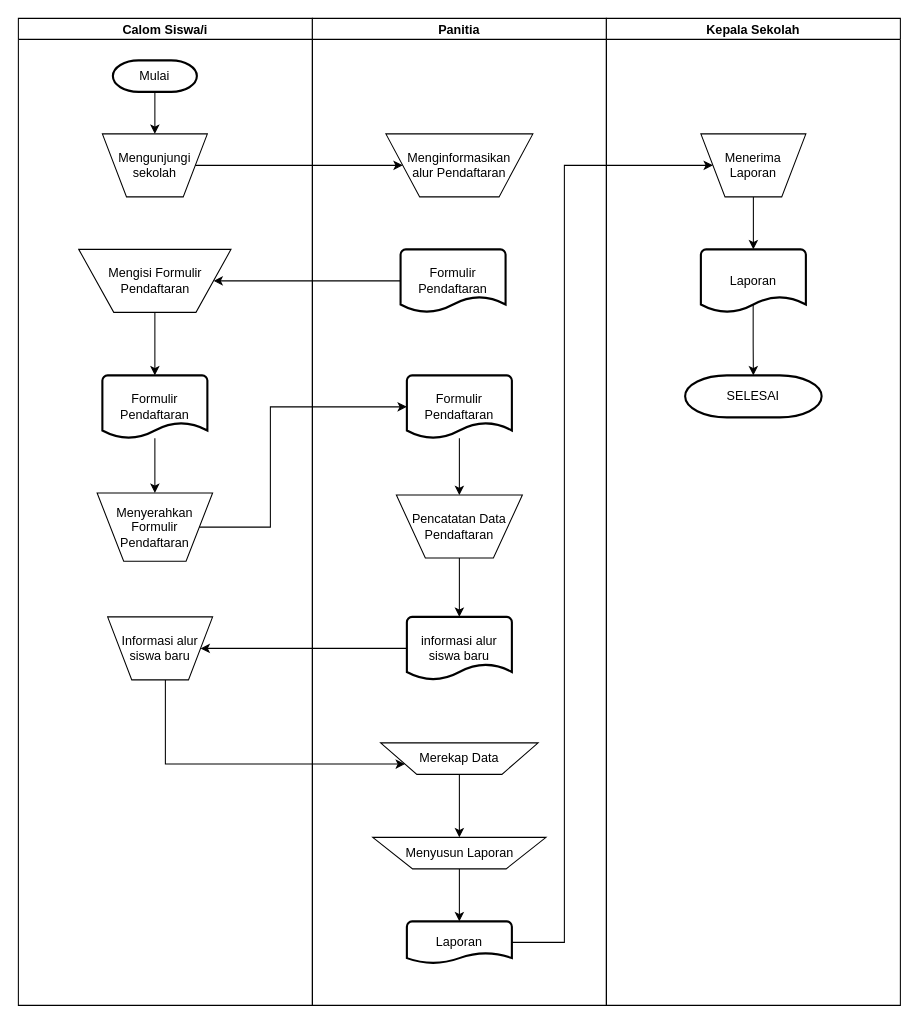
The draw.io diagram Diagram Tanpa Judul.drawio in XxGembelxX/Rancangan_KP, before the edit. Source tidied: cells renumbered, new cells numbered last; positions are measured from the earlier drawing's top-left corner, leaving out a move shared by most shapes. Both pictures are drawn from the tidied source at 105%, with x=0, y=0 at pixel (18, 18).
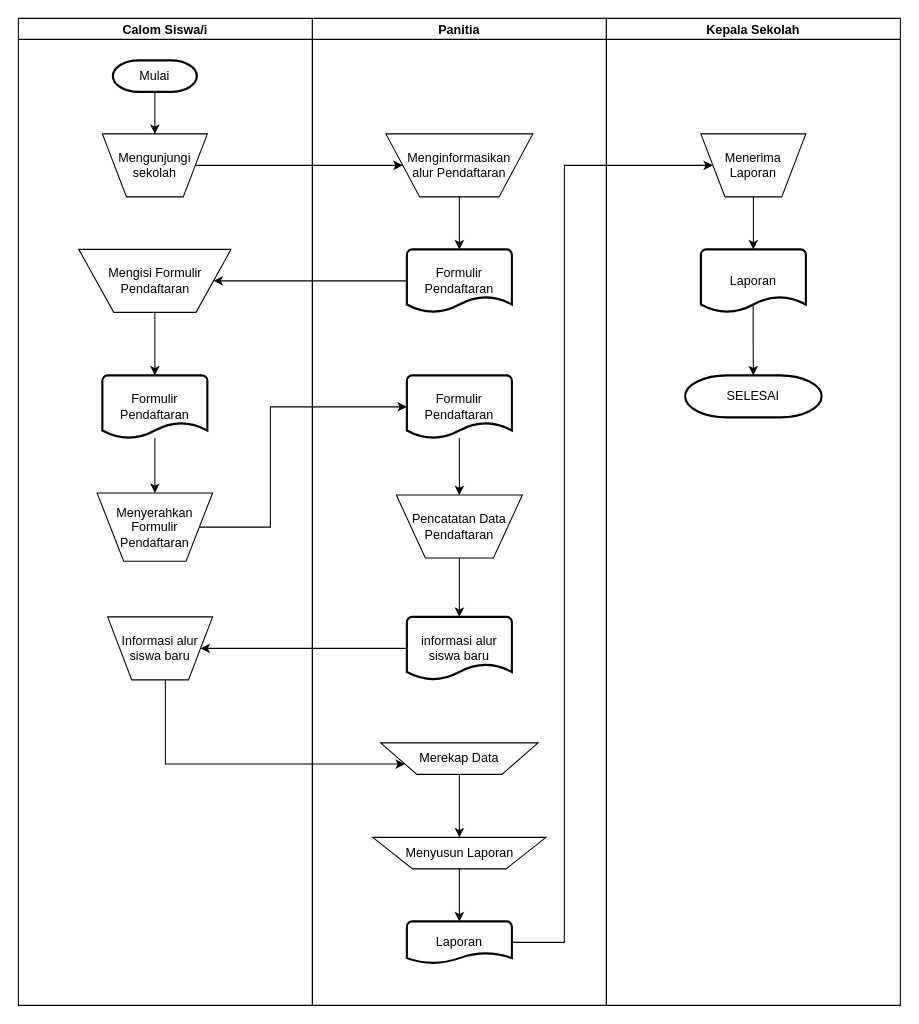
The same diagram, later.

The change refers to these unchanged cells:
```xml
<mxCell id="12" value="Panitia" style="swimlane;startSize=20;horizontal=1;containerType=tree;newEdgeStyle={&quot;edgeStyle&quot;:&quot;elbowEdgeStyle&quot;,&quot;startArrow&quot;:&quot;none&quot;,&quot;endArrow&quot;:&quot;none&quot;};" parent="1" vertex="1">
  <mxGeometry x="280" width="280" height="940" as="geometry" />
</mxCell>
<mxCell id="13" value="Menginformasikan &lt;br&gt;alur Pendaftaran" style="verticalLabelPosition=middle;verticalAlign=middle;html=1;shape=trapezoid;perimeter=trapezoidPerimeter;whiteSpace=wrap;size=0.23;arcSize=10;flipV=1;labelPosition=center;align=center;" parent="12" vertex="1">
  <mxGeometry x="70" y="110" width="140" height="60" as="geometry" />
</mxCell>
```

Diff of the diagram source:
```diff
@@
+    <mxCell id="37" style="edgeStyle=orthogonalEdgeStyle;rounded=0;jettySize=auto;html=1;" parent="12" edge="1" source="13" target="16">
+      <mxGeometry relative="1" as="geometry" />
+    </mxCell>
@@
     <mxCell id="16" value="Formulir Pendaftaran" style="strokeWidth=2;html=1;shape=mxgraph.flowchart.document2;whiteSpace=wrap;size=0.25;" parent="12" vertex="1">
-      <mxGeometry x="84" y="220" width="100" height="60" as="geometry" />
+      <mxGeometry x="90" y="220" width="100" height="60" as="geometry" />
     </mxCell>
```
